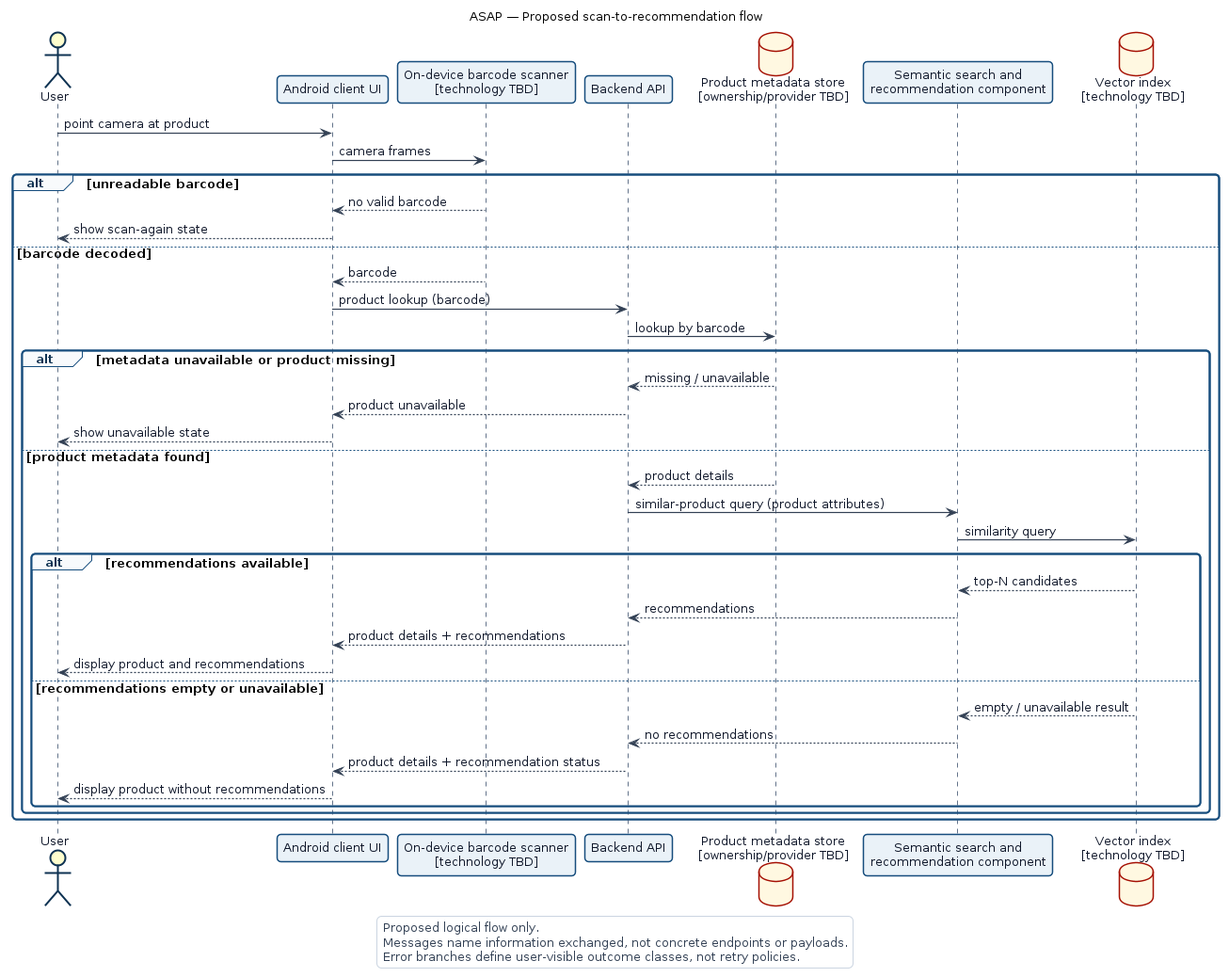
Above: docs/diagrams/rendered/scan-to-recommendation-flow.png in mikelandjelos/asap-app (PlantUML), before the change. Its source is kept beside it as docs/diagrams/scan-to-recommendation-flow.puml. Its diagram source:
```plantuml
@startuml
!include includes/theme.puml

!ifdef SERBIAN
  !define DIAGRAM_TITLE ASAP — Planirani tok od skeniranja do preporuke
  !define USER_LABEL Korisnik
  !define UI_LABEL Interfejs mobilne Android aplikacije
  !define SCANNER_LABEL Lokalni skener barkoda\n[tehnologija nije izabrana]
  !define API_LABEL Backend API
  !define PRODUCTS_LABEL Skladište metapodataka o proizvodima\n[vlasništvo/izvor nisu izabrani]
  !define SEMANTIC_LABEL Semantička pretraga i\nkomponenta za preporuke
  !define VECTORS_LABEL Vektorski indeks\n[tehnologija nije izabrana]
  !define MSG_POINT_CAMERA usmerava kameru ka proizvodu
  !define MSG_FRAMES tok frejmova kamere
  !define ALT_UNREADABLE barkod nije čitljiv
  !define MSG_NO_BARCODE nema validnog barkoda
  !define MSG_SCAN_AGAIN prikazuje zahtev za ponovno skeniranje
  !define ELSE_DECODED barkod je očitan
  !define MSG_BARCODE barkod
  !define MSG_PRODUCT_LOOKUP zahtev za proizvod (barkod)
  !define MSG_LOOKUP pretraga po barkodu
  !define ALT_METADATA_FAIL metapodaci nisu dostupni ili proizvod ne postoji
  !define MSG_MISSING nedostaje / nije dostupno
  !define MSG_PRODUCT_UNAVAILABLE proizvod nije dostupan
  !define MSG_UNAVAILABLE_STATE prikazuje da proizvod nije dostupan
  !define ELSE_METADATA_FOUND podaci o proizvodu su pronađeni
  !define MSG_DETAILS podaci o proizvodu
  !define MSG_SIMILAR_QUERY upit za slične proizvode (atributi proizvoda)
  !define MSG_SIMILARITY upit sličnosti
  !define ALT_RECOMMENDATIONS preporuke su dostupne
  !define MSG_CANDIDATES top-N kandidata
  !define MSG_RECOMMENDATIONS preporuke
  !define MSG_DETAILS_RECOMMENDATIONS podaci o proizvodu + preporuke
  !define MSG_DISPLAY_RECOMMENDATIONS prikazuje proizvod i preporuke
  !define ELSE_NO_RECOMMENDATIONS preporuke su prazne ili nisu dostupne
  !define MSG_EMPTY_RESULT prazan / nedostupan rezultat
  !define MSG_NO_RECOMMENDATIONS nema preporuka
  !define MSG_DETAILS_STATUS podaci o proizvodu + status preporuka
  !define MSG_DISPLAY_WITHOUT prikazuje proizvod bez preporuka
  !define LEGEND_LINE_1 Samo planirani logički tok.
  !define LEGEND_LINE_2 Poruke opisuju razmenjene podatke, a ne konkretne krajnje tačke ili strukture podataka.
  !define LEGEND_LINE_3 Grane grešaka opisuju ishode vidljive korisniku, a ne politiku ponovnih pokušaja.
!else
  !define DIAGRAM_TITLE ASAP — Proposed scan-to-recommendation flow
  !define USER_LABEL User
  !define UI_LABEL Android client UI
  !define SCANNER_LABEL On-device barcode scanner\n[technology TBD]
  !define API_LABEL Backend API
  !define PRODUCTS_LABEL Product metadata store\n[ownership/provider TBD]
  !define SEMANTIC_LABEL Semantic search and\nrecommendation component
  !define VECTORS_LABEL Vector index\n[technology TBD]
  !define MSG_POINT_CAMERA point camera at product
  !define MSG_FRAMES camera frames
  !define ALT_UNREADABLE unreadable barcode
  !define MSG_NO_BARCODE no valid barcode
  !define MSG_SCAN_AGAIN show scan-again state
  !define ELSE_DECODED barcode decoded
  !define MSG_BARCODE barcode
  !define MSG_PRODUCT_LOOKUP product lookup (barcode)
  !define MSG_LOOKUP lookup by barcode
  !define ALT_METADATA_FAIL metadata unavailable or product missing
  !define MSG_MISSING missing / unavailable
  !define MSG_PRODUCT_UNAVAILABLE product unavailable
  !define MSG_UNAVAILABLE_STATE show unavailable state
  !define ELSE_METADATA_FOUND product metadata found
  !define MSG_DETAILS product details
  !define MSG_SIMILAR_QUERY similar-product query (product attributes)
  !define MSG_SIMILARITY similarity query
  !define ALT_RECOMMENDATIONS recommendations available
  !define MSG_CANDIDATES top-N candidates
  !define MSG_RECOMMENDATIONS recommendations
  !define MSG_DETAILS_RECOMMENDATIONS product details + recommendations
  !define MSG_DISPLAY_RECOMMENDATIONS display product and recommendations
  !define ELSE_NO_RECOMMENDATIONS recommendations empty or unavailable
  !define MSG_EMPTY_RESULT empty / unavailable result
  !define MSG_NO_RECOMMENDATIONS no recommendations
  !define MSG_DETAILS_STATUS product details + recommendation status
  !define MSG_DISPLAY_WITHOUT display product without recommendations
  !define LEGEND_LINE_1 Proposed logical flow only.
  !define LEGEND_LINE_2 Messages name information exchanged, not concrete endpoints or payloads.
  !define LEGEND_LINE_3 Error branches define user-visible outcome classes, not retry policies.
!endif

title DIAGRAM_TITLE

!ifdef PRESENTATION
  hide footbox
!endif

actor "USER_LABEL" as user
participant "UI_LABEL" as ui
participant "SCANNER_LABEL" as scanner
participant "API_LABEL" as api
database "PRODUCTS_LABEL" as products
participant "SEMANTIC_LABEL" as semantic
database "VECTORS_LABEL" as vectors

user -> ui : MSG_POINT_CAMERA
ui -> scanner : MSG_FRAMES

alt ALT_UNREADABLE
  scanner --> ui : MSG_NO_BARCODE
  ui --> user : MSG_SCAN_AGAIN
else ELSE_DECODED
  scanner --> ui : MSG_BARCODE
  ui -> api : MSG_PRODUCT_LOOKUP
  api -> products : MSG_LOOKUP

  alt ALT_METADATA_FAIL
    products --> api : MSG_MISSING
    api --> ui : MSG_PRODUCT_UNAVAILABLE
    ui --> user : MSG_UNAVAILABLE_STATE
  else ELSE_METADATA_FOUND
    products --> api : MSG_DETAILS
    api -> semantic : MSG_SIMILAR_QUERY
    semantic -> vectors : MSG_SIMILARITY

    alt ALT_RECOMMENDATIONS
      vectors --> semantic : MSG_CANDIDATES
      semantic --> api : MSG_RECOMMENDATIONS
      api --> ui : MSG_DETAILS_RECOMMENDATIONS
      ui --> user : MSG_DISPLAY_RECOMMENDATIONS
    else ELSE_NO_RECOMMENDATIONS
      vectors --> semantic : MSG_EMPTY_RESULT
      semantic --> api : MSG_NO_RECOMMENDATIONS
      api --> ui : MSG_DETAILS_STATUS
      ui --> user : MSG_DISPLAY_WITHOUT
    end
  end
end

!ifndef PRESENTATION
  legend bottom
    LEGEND_LINE_1
    LEGEND_LINE_2
    LEGEND_LINE_3
  endlegend
!endif

@enduml
```
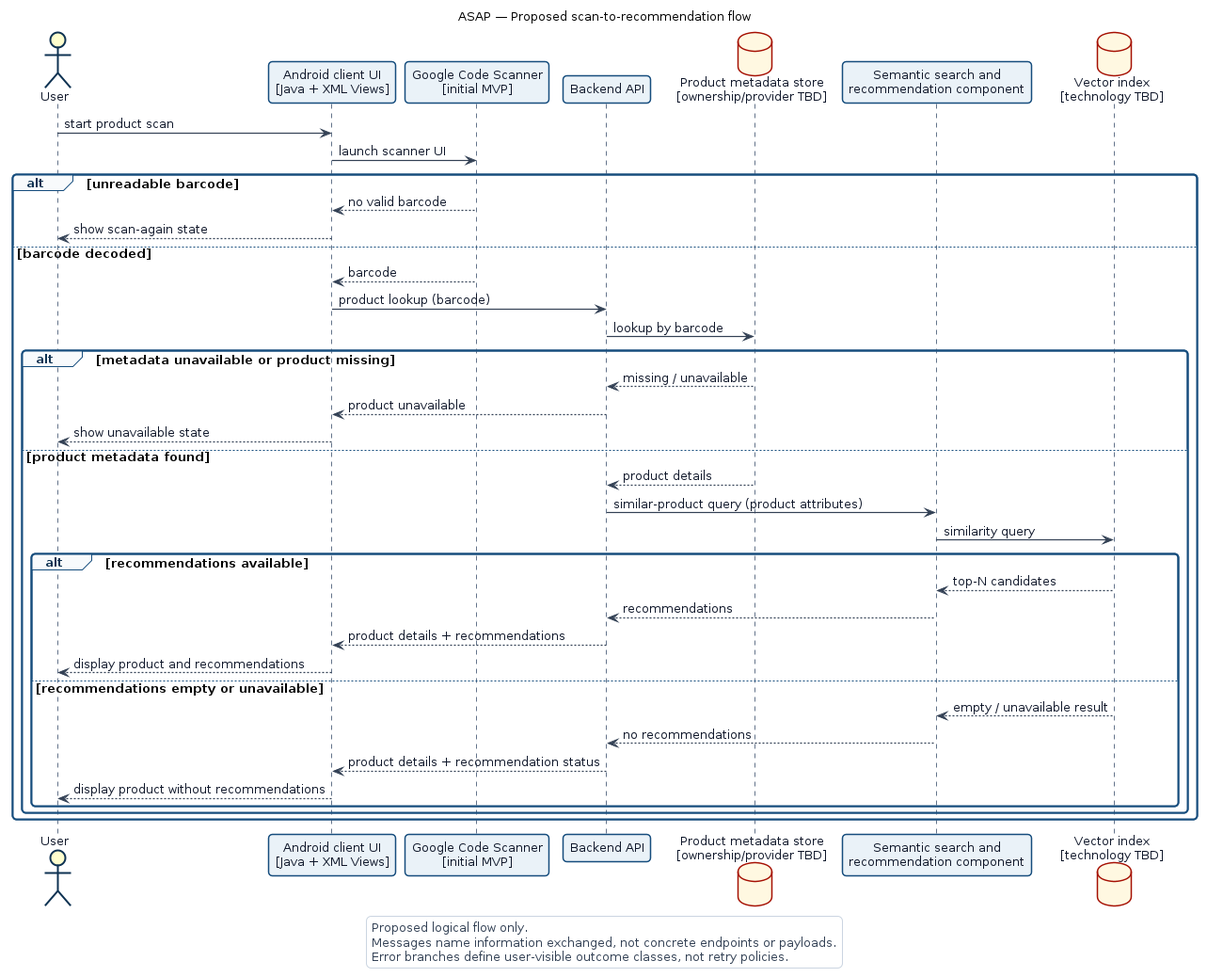
The same file after the commit.

What changed in the source:
```diff
@@ -4,14 +4,14 @@
 !ifdef SERBIAN
   !define DIAGRAM_TITLE ASAP — Planirani tok od skeniranja do preporuke
   !define USER_LABEL Korisnik
-  !define UI_LABEL Interfejs mobilne Android aplikacije
-  !define SCANNER_LABEL Lokalni skener barkoda\n[tehnologija nije izabrana]
+  !define UI_LABEL Interfejs mobilne Android aplikacije\n[Java + XML Views]
+  !define SCANNER_LABEL Google Code Scanner\n[početni MVP]
   !define API_LABEL Backend API
   !define PRODUCTS_LABEL Skladište metapodataka o proizvodima\n[vlasništvo/izvor nisu izabrani]
   !define SEMANTIC_LABEL Semantička pretraga i\nkomponenta za preporuke
   !define VECTORS_LABEL Vektorski indeks\n[tehnologija nije izabrana]
-  !define MSG_POINT_CAMERA usmerava kameru ka proizvodu
-  !define MSG_FRAMES tok frejmova kamere
+  !define MSG_POINT_CAMERA pokreće skeniranje proizvoda
+  !define MSG_FRAMES pokreće interfejs skenera
   !define ALT_UNREADABLE barkod nije čitljiv
   !define MSG_NO_BARCODE nema validnog barkoda
   !define MSG_SCAN_AGAIN prikazuje zahtev za ponovno skeniranje
@@ -43,14 +43,14 @@
 !else
   !define DIAGRAM_TITLE ASAP — Proposed scan-to-recommendation flow
   !define USER_LABEL User
-  !define UI_LABEL Android client UI
-  !define SCANNER_LABEL On-device barcode scanner\n[technology TBD]
+  !define UI_LABEL Android client UI\n[Java + XML Views]
+  !define SCANNER_LABEL Google Code Scanner\n[initial MVP]
   !define API_LABEL Backend API
   !define PRODUCTS_LABEL Product metadata store\n[ownership/provider TBD]
   !define SEMANTIC_LABEL Semantic search and\nrecommendation component
   !define VECTORS_LABEL Vector index\n[technology TBD]
-  !define MSG_POINT_CAMERA point camera at product
-  !define MSG_FRAMES camera frames
+  !define MSG_POINT_CAMERA start product scan
+  !define MSG_FRAMES launch scanner UI
   !define ALT_UNREADABLE unreadable barcode
   !define MSG_NO_BARCODE no valid barcode
   !define MSG_SCAN_AGAIN show scan-again state
```
